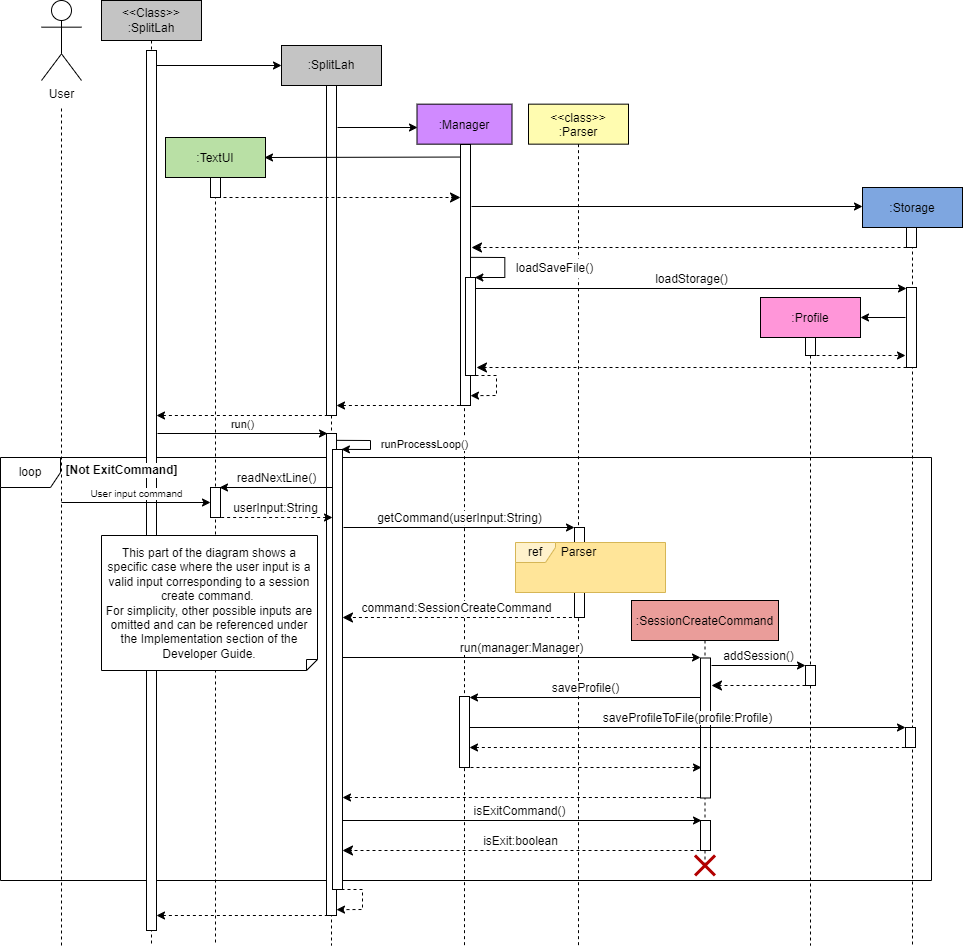
The draw.io diagram docs/images/developerguide/ComponentInteraction.drawio.png in nus-cs2113-AY2122S2/tp, before a commit. Source tidied: cells renumbered, new cells last; positions are measured from the earlier drawing's top-left corner, leaving out a move shared by most shapes.
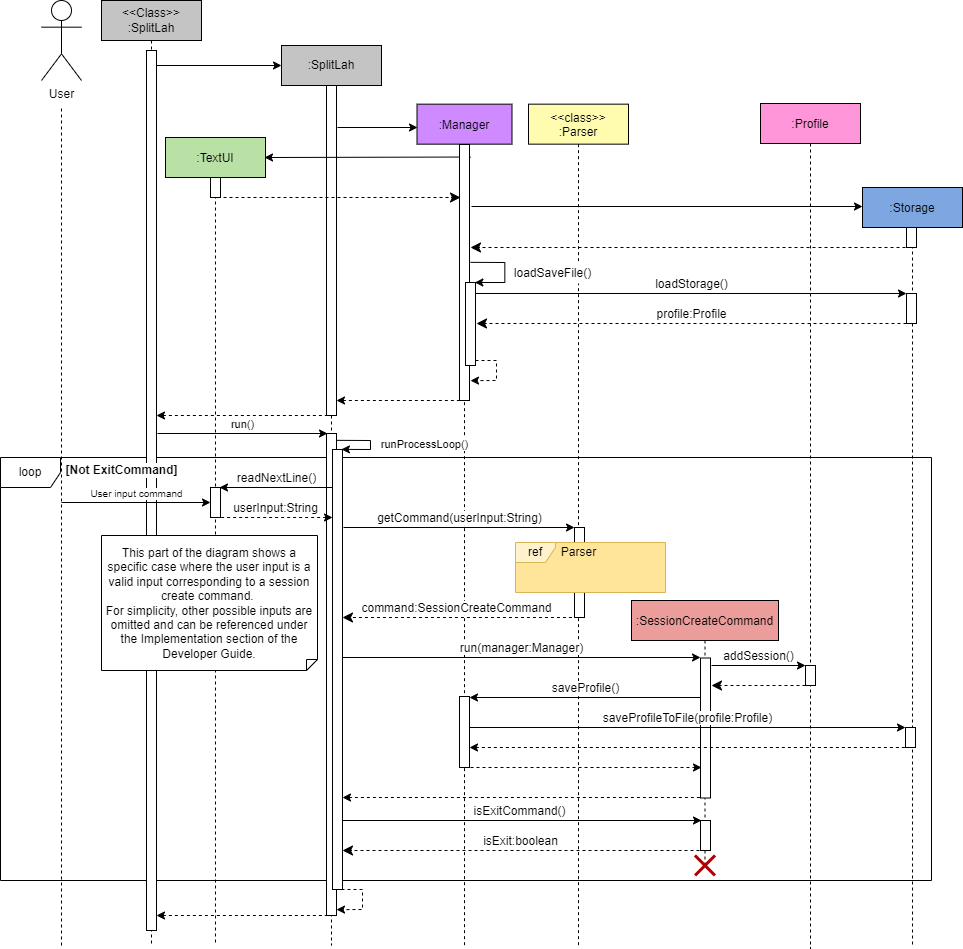
Later version of the same file.

Commit message:
Update component interaction diagram to reflect new storage implmentation

The edit, as a diff of the source:
```diff
@@ -12,7 +12,7 @@
       <mxGeometry x="45" y="50" width="10" height="880" as="geometry" />
     </mxCell>
     <mxCell id="5" value=":Profile" style="shape=umlLifeline;perimeter=lifelinePerimeter;rounded=0;shadow=0;strokeWidth=1;fillColor=#FF96D9;" parent="1" vertex="1">
-      <mxGeometry x="760" y="297" width="100" height="648" as="geometry" />
+      <mxGeometry x="760" y="103" width="100" height="845" as="geometry" />
     </mxCell>
     <mxCell id="6" value=":Storage" style="shape=umlLifeline;perimeter=lifelinePerimeter;rounded=0;shadow=0;strokeWidth=1;fillColor=#7EA6E0;" parent="1" vertex="1">
       <mxGeometry x="862" y="187" width="100" height="758" as="geometry" />
@@ -22,28 +22,16 @@
     </mxCell>
     <mxCell id="8" style="html=1;verticalAlign=bottom;endArrow=classic;dashed=1;endSize=8;rounded=0;endFill=1;" parent="6" edge="1">
       <mxGeometry relative="1" as="geometry">
-        <mxPoint x="44" y="60" as="sourcePoint" />
-        <mxPoint x="-391" y="60" as="targetPoint" />
+        <mxPoint x="43" y="60" as="sourcePoint" />
+        <mxPoint x="-392" y="60" as="targetPoint" />
       </mxGeometry>
     </mxCell>
     <mxCell id="9" style="html=1;perimeter=orthogonalPerimeter;" parent="6" vertex="1">
-      <mxGeometry x="44" y="100" width="10" height="80" as="geometry" />
+      <mxGeometry x="44" y="106" width="10" height="30" as="geometry" />
     </mxCell>
-    <mxCell id="10" style="html=1;verticalAlign=bottom;endArrow=classic;rounded=0;exitX=-0.036;exitY=0.13;exitDx=0;exitDy=0;exitPerimeter=0;endFill=1;" parent="6" edge="1">
-      <mxGeometry relative="1" as="geometry">
-        <mxPoint x="43" y="130" as="sourcePoint" />
-        <mxPoint x="-2" y="130" as="targetPoint" />
-      </mxGeometry>
-    </mxCell>
     <mxCell id="11" style="html=1;perimeter=orthogonalPerimeter;" parent="6" vertex="1">
       <mxGeometry x="43" y="540" width="10" height="20" as="geometry" />
     </mxCell>
-    <mxCell id="12" style="html=1;verticalAlign=bottom;endArrow=classic;rounded=0;exitX=1.033;exitY=0.604;exitDx=0;exitDy=0;exitPerimeter=0;dashed=1;endFill=1;" parent="6" edge="1">
-      <mxGeometry relative="1" as="geometry">
-        <mxPoint x="-46" y="168" as="sourcePoint" />
-        <mxPoint x="43" y="168" as="targetPoint" />
-      </mxGeometry>
-    </mxCell>
     <mxCell id="13" value="User" style="shape=umlActor;verticalLabelPosition=bottom;verticalAlign=top;html=1;rounded=0;" parent="1" vertex="1">
       <mxGeometry x="41" width="40" height="80" as="geometry" />
     </mxCell>
@@ -106,46 +94,46 @@
     </mxCell>
     <mxCell id="27" value="&lt;font style=&quot;font-size: 12px&quot;&gt;loadStorage()&lt;/font&gt;" style="html=1;verticalAlign=bottom;endArrow=classic;rounded=0;endFill=1;fontSize=10;" parent="1" edge="1">
       <mxGeometry relative="1" as="geometry">
-        <mxPoint x="475" y="288" as="sourcePoint" />
-        <mxPoint x="906" y="288" as="targetPoint" />
+        <mxPoint x="475" y="293" as="sourcePoint" />
+        <mxPoint x="906" y="293" as="targetPoint" />
       </mxGeometry>
     </mxCell>
-    <mxCell id="28" style="html=1;verticalAlign=bottom;endArrow=classic;dashed=1;endSize=8;rounded=0;endFill=1;" parent="1" edge="1">
+    <mxCell id="28" value="profile:Profile" style="html=1;verticalAlign=bottom;endArrow=classic;dashed=1;endSize=8;rounded=0;endFill=1;fontSize=12;" parent="1" edge="1">
       <mxGeometry relative="1" as="geometry">
-        <mxPoint x="906" y="367" as="sourcePoint" />
-        <mxPoint x="476" y="367" as="targetPoint" />
+        <mxPoint x="906" y="323" as="sourcePoint" />
+        <mxPoint x="476" y="323" as="targetPoint" />
       </mxGeometry>
     </mxCell>
     <mxCell id="29" style="html=1;verticalAlign=bottom;endArrow=classic;rounded=0;exitX=1.067;exitY=0.012;exitDx=0;exitDy=0;exitPerimeter=0;endFill=1;" parent="1" edge="1">
       <mxGeometry relative="1" as="geometry">
-        <mxPoint x="470" y="256.8" as="sourcePoint" />
-        <mxPoint x="474.3" y="277" as="targetPoint" />
+        <mxPoint x="470" y="261.8" as="sourcePoint" />
+        <mxPoint x="474.3" y="282" as="targetPoint" />
         <Array as="points">
-          <mxPoint x="504.3" y="257" />
-          <mxPoint x="504.3" y="277" />
+          <mxPoint x="504.3" y="262" />
+          <mxPoint x="504.3" y="282" />
         </Array>
       </mxGeometry>
     </mxCell>
     <mxCell id="30" style="html=1;verticalAlign=bottom;endArrow=classic;rounded=0;entryX=0.9;entryY=0.177;entryDx=0;entryDy=0;entryPerimeter=0;dashed=1;endFill=1;" parent="1" edge="1">
       <mxGeometry relative="1" as="geometry">
-        <mxPoint x="475" y="375" as="sourcePoint" />
-        <mxPoint x="470" y="395.1" as="targetPoint" />
+        <mxPoint x="475" y="360" as="sourcePoint" />
+        <mxPoint x="470" y="380.1" as="targetPoint" />
         <Array as="points">
-          <mxPoint x="496" y="375" />
-          <mxPoint x="496" y="395" />
+          <mxPoint x="496" y="360" />
+          <mxPoint x="496" y="380" />
         </Array>
       </mxGeometry>
     </mxCell>
     <mxCell id="31" style="html=1;perimeter=orthogonalPerimeter;rounded=0;" parent="1" vertex="1">
-      <mxGeometry x="460" y="144" width="10" height="261" as="geometry" />
+      <mxGeometry x="459" y="144" width="10" height="256" as="geometry" />
     </mxCell>
     <mxCell id="32" style="html=1;perimeter=orthogonalPerimeter;rounded=0;" parent="1" vertex="1">
-      <mxGeometry x="465" y="277" width="10" height="98" as="geometry" />
+      <mxGeometry x="465" y="282" width="10" height="83" as="geometry" />
     </mxCell>
     <mxCell id="33" style="html=1;verticalAlign=bottom;endArrow=none;rounded=0;dashed=1;startArrow=classic;startFill=1;endFill=0;" parent="1" edge="1">
       <mxGeometry relative="1" as="geometry">
-        <mxPoint x="336" y="405" as="sourcePoint" />
-        <mxPoint x="461" y="405" as="targetPoint" />
+        <mxPoint x="336" y="400" as="sourcePoint" />
+        <mxPoint x="461" y="400" as="targetPoint" />
       </mxGeometry>
     </mxCell>
     <mxCell id="34" value="User input command" style="html=1;verticalAlign=bottom;endArrow=classic;rounded=0;endFill=1;fontSize=10;" parent="1" edge="1">
@@ -277,9 +265,6 @@
     <mxCell id="60" style="html=1;perimeter=orthogonalPerimeter;" parent="1" vertex="1">
       <mxGeometry x="700" y="820" width="10" height="30" as="geometry" />
     </mxCell>
-    <mxCell id="61" style="html=1;perimeter=orthogonalPerimeter;rounded=0;" parent="1" vertex="1">
-      <mxGeometry x="805" y="337" width="10" height="18" as="geometry" />
-    </mxCell>
     <mxCell id="62" style="rounded=0;whiteSpace=wrap;html=1;labelBackgroundColor=default;labelBorderColor=none;fontSize=12;strokeColor=none;fillColor=#FFFFFF;gradientColor=none;" parent="1" vertex="1">
       <mxGeometry x="507" y="271" width="93" height="4" as="geometry" />
     </mxCell>
@@ -293,7 +278,7 @@
       <mxGeometry x="101" y="535" width="216" height="135" as="geometry" />
     </mxCell>
     <mxCell id="66" value="&lt;font style=&quot;font-size: 12px&quot;&gt;loadSaveFile()&lt;/font&gt;" style="text;html=1;align=center;verticalAlign=middle;fontSize=10;rounded=0;fillColor=#FFFFFF;strokeColor=none;labelBackgroundColor=default;labelBorderColor=none;" parent="1" vertex="1">
-      <mxGeometry x="508.5" y="258" width="90" height="20" as="geometry" />
+      <mxGeometry x="507" y="263" width="90" height="20" as="geometry" />
     </mxCell>
     <mxCell id="67" style="html=1;verticalAlign=bottom;endArrow=classic;rounded=0;endFill=1;" parent="1" edge="1">
       <mxGeometry relative="1" as="geometry">
```
